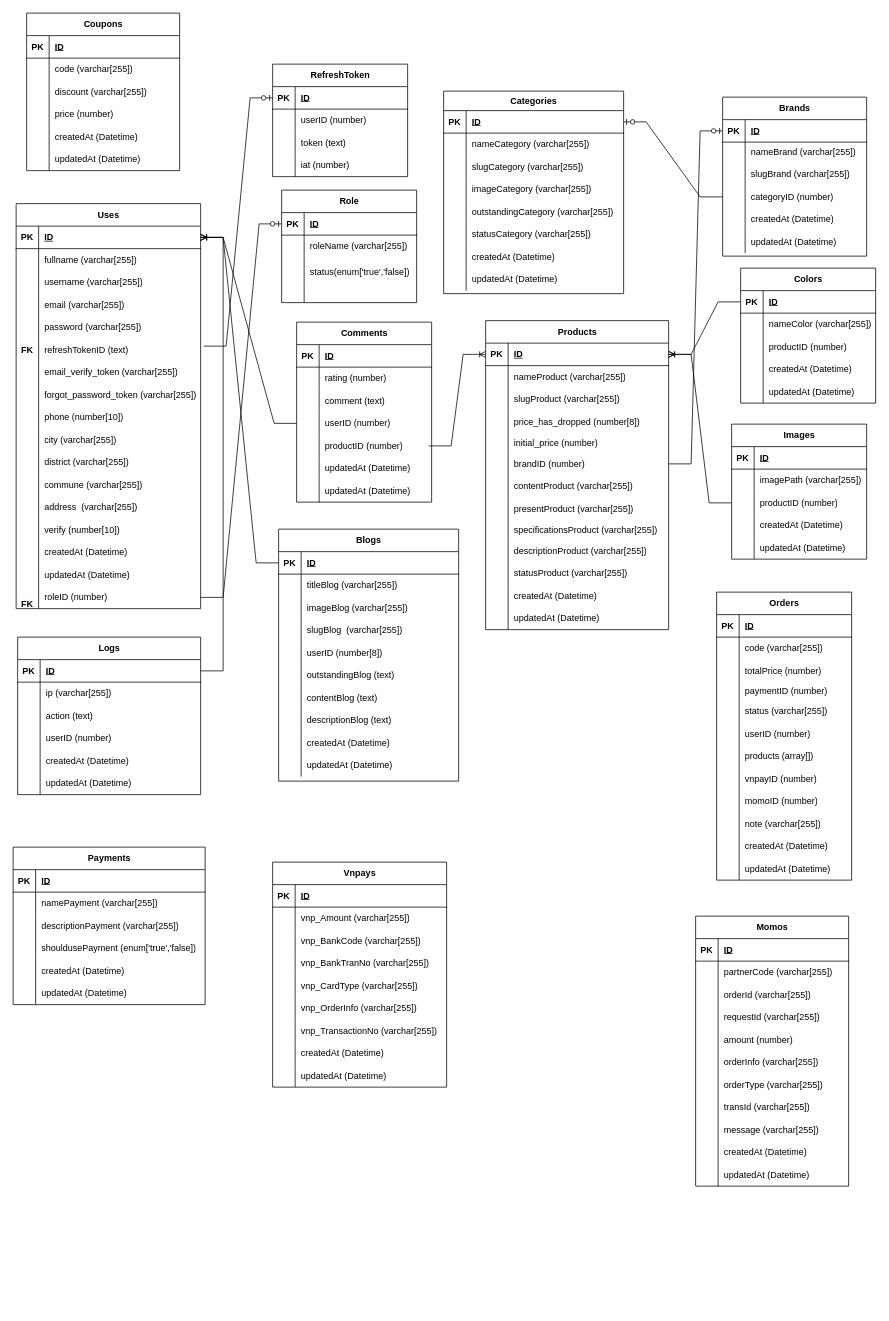
Before: src/doan.drawio in QuocHuy03/HoangHaPC, a draw.io diagram. Source tidied: cells renumbered, new cells numbered last; positions are measured from the earlier drawing's top-left corner, leaving out a move shared by most shapes. Both pictures are drawn from the tidied source at 75%, with x=0, y=0 at pixel (13, 13).
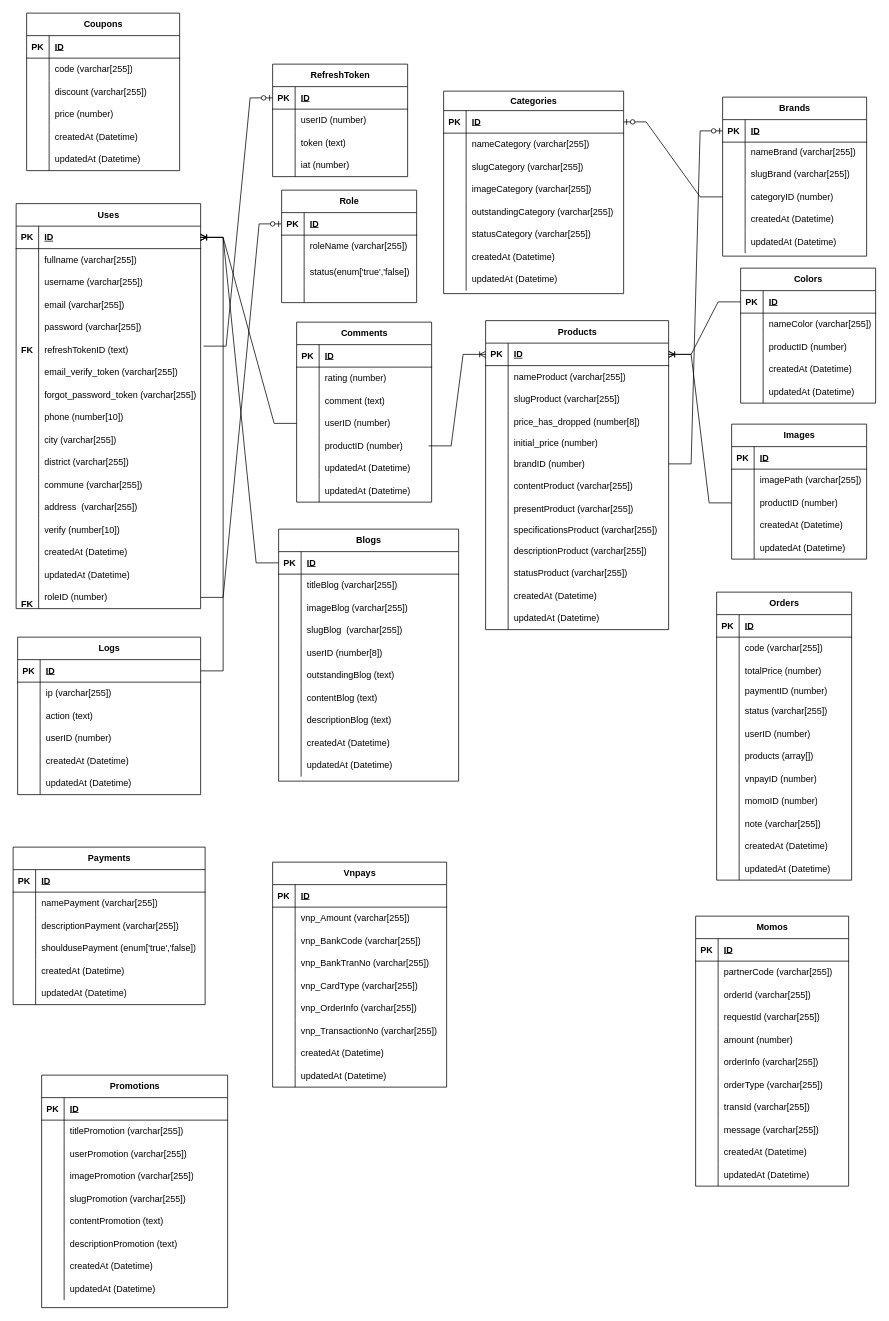
After the change.

Commit message (it also covers changes not shown here):
Cập nhật doan.drawio

What changed in the source:
```diff
@@
+    <mxCell id="415" value="Promotions" style="shape=table;startSize=30;childLayout=tableLayout;rowLines=0;fontStyle=1;align=center;html=1;" parent="1" vertex="1">
+      <mxGeometry x="38" y="1416" width="248" height="310" as="geometry" />
+    </mxCell>
+    <mxCell id="416" style="shape=tableRow;horizontal=0;startSize=0;swimlaneHead=0;swimlaneBody=0;fillColor=none;top=0;left=0;right=0;bottom=1;" parent="415" vertex="1">
+      <mxGeometry y="30" width="248" height="30" as="geometry" />
+    </mxCell>
+    <mxCell id="417" value="PK" style="shape=partialRectangle;fillColor=none;top=0;left=0;bottom=0;right=0;fontStyle=1;overflow=hidden;whiteSpace=wrap;html=1;" parent="416" vertex="1">
+      <mxGeometry width="30" height="30" as="geometry" />
+    </mxCell>
+    <mxCell id="418" value="ID" style="shape=partialRectangle;fillColor=none;top=0;left=0;bottom=0;right=0;align=left;spacingLeft=6;fontStyle=5;overflow=hidden;whiteSpace=wrap;html=1;" parent="416" vertex="1">
+      <mxGeometry x="30" width="218" height="30" as="geometry" />
+    </mxCell>
+    <mxCell id="419" style="shape=tableRow;horizontal=0;startSize=0;swimlaneHead=0;swimlaneBody=0;fillColor=none;top=0;left=0;right=0;bottom=0;" parent="415" vertex="1">
+      <mxGeometry y="60" width="248" height="30" as="geometry" />
+    </mxCell>
+    <mxCell id="420" style="shape=partialRectangle;fillColor=none;top=0;left=0;bottom=0;right=0;overflow=hidden;whiteSpace=wrap;html=1;" parent="419" vertex="1">
+      <mxGeometry width="30" height="30" as="geometry" />
+    </mxCell>
+    <mxCell id="421" value="titlePromotion (varchar[255])" style="shape=partialRectangle;fillColor=none;top=0;left=0;bottom=0;right=0;align=left;spacingLeft=6;overflow=hidden;whiteSpace=wrap;html=1;" parent="419" vertex="1">
+      <mxGeometry x="30" width="218" height="30" as="geometry" />
+    </mxCell>
+    <mxCell id="422" style="shape=tableRow;horizontal=0;startSize=0;swimlaneHead=0;swimlaneBody=0;fillColor=none;top=0;left=0;right=0;bottom=0;" parent="415" vertex="1">
+      <mxGeometry y="90" width="248" height="30" as="geometry" />
+    </mxCell>
+    <mxCell id="423" style="shape=partialRectangle;fillColor=none;top=0;left=0;bottom=0;right=0;overflow=hidden;whiteSpace=wrap;html=1;" parent="422" vertex="1">
+      <mxGeometry width="30" height="30" as="geometry" />
+    </mxCell>
+    <mxCell id="424" value="userPromotion (varchar[255])" style="shape=partialRectangle;fillColor=none;top=0;left=0;bottom=0;right=0;align=left;spacingLeft=6;overflow=hidden;whiteSpace=wrap;html=1;" parent="422" vertex="1">
+      <mxGeometry x="30" width="218" height="30" as="geometry" />
+    </mxCell>
+    <mxCell id="425" style="shape=tableRow;horizontal=0;startSize=0;swimlaneHead=0;swimlaneBody=0;fillColor=none;top=0;left=0;right=0;bottom=0;" parent="415" vertex="1">
+      <mxGeometry y="120" width="248" height="30" as="geometry" />
+    </mxCell>
+    <mxCell id="426" style="shape=partialRectangle;fillColor=none;top=0;left=0;bottom=0;right=0;overflow=hidden;whiteSpace=wrap;html=1;" parent="425" vertex="1">
+      <mxGeometry width="30" height="30" as="geometry" />
+    </mxCell>
+    <mxCell id="427" value="imagePromotion (varchar[255])" style="shape=partialRectangle;fillColor=none;top=0;left=0;bottom=0;right=0;align=left;spacingLeft=6;overflow=hidden;whiteSpace=wrap;html=1;" parent="425" vertex="1">
+      <mxGeometry x="30" width="218" height="30" as="geometry" />
+    </mxCell>
+    <mxCell id="428" style="shape=tableRow;horizontal=0;startSize=0;swimlaneHead=0;swimlaneBody=0;fillColor=none;top=0;left=0;right=0;bottom=0;" parent="415" vertex="1">
+      <mxGeometry y="150" width="248" height="30" as="geometry" />
+    </mxCell>
+    <mxCell id="429" style="shape=partialRectangle;fillColor=none;top=0;left=0;bottom=0;right=0;overflow=hidden;whiteSpace=wrap;html=1;" parent="428" vertex="1">
+      <mxGeometry width="30" height="30" as="geometry" />
+    </mxCell>
+    <mxCell id="430" value="slugPromotion (varchar[255])" style="shape=partialRectangle;fillColor=none;top=0;left=0;bottom=0;right=0;align=left;spacingLeft=6;overflow=hidden;whiteSpace=wrap;html=1;" parent="428" vertex="1">
+      <mxGeometry x="30" width="218" height="30" as="geometry" />
+    </mxCell>
+    <mxCell id="431" style="shape=tableRow;horizontal=0;startSize=0;swimlaneHead=0;swimlaneBody=0;fillColor=none;top=0;left=0;right=0;bottom=0;" parent="415" vertex="1">
+      <mxGeometry y="180" width="248" height="30" as="geometry" />
+    </mxCell>
+    <mxCell id="432" style="shape=partialRectangle;fillColor=none;top=0;left=0;bottom=0;right=0;overflow=hidden;whiteSpace=wrap;html=1;" parent="431" vertex="1">
+      <mxGeometry width="30" height="30" as="geometry" />
+    </mxCell>
+    <mxCell id="433" value="contentPromotion (text)" style="shape=partialRectangle;fillColor=none;top=0;left=0;bottom=0;right=0;align=left;spacingLeft=6;overflow=hidden;whiteSpace=wrap;html=1;" parent="431" vertex="1">
+      <mxGeometry x="30" width="218" height="30" as="geometry" />
+    </mxCell>
+    <mxCell id="434" style="shape=tableRow;horizontal=0;startSize=0;swimlaneHead=0;swimlaneBody=0;fillColor=none;top=0;left=0;right=0;bottom=0;" parent="415" vertex="1">
+      <mxGeometry y="210" width="248" height="30" as="geometry" />
+    </mxCell>
+    <mxCell id="435" style="shape=partialRectangle;fillColor=none;top=0;left=0;bottom=0;right=0;overflow=hidden;whiteSpace=wrap;html=1;" parent="434" vertex="1">
+      <mxGeometry width="30" height="30" as="geometry" />
+    </mxCell>
+    <mxCell id="436" value="descriptionPromotion (text)" style="shape=partialRectangle;fillColor=none;top=0;left=0;bottom=0;right=0;align=left;spacingLeft=6;overflow=hidden;whiteSpace=wrap;html=1;" parent="434" vertex="1">
+      <mxGeometry x="30" width="218" height="30" as="geometry" />
+    </mxCell>
+    <mxCell id="437" style="shape=tableRow;horizontal=0;startSize=0;swimlaneHead=0;swimlaneBody=0;fillColor=none;top=0;left=0;right=0;bottom=0;" parent="415" vertex="1">
+      <mxGeometry y="240" width="248" height="30" as="geometry" />
+    </mxCell>
+    <mxCell id="438" style="shape=partialRectangle;fillColor=none;top=0;left=0;bottom=0;right=0;overflow=hidden;whiteSpace=wrap;html=1;" parent="437" vertex="1">
+      <mxGeometry width="30" height="30" as="geometry" />
+    </mxCell>
+    <mxCell id="439" value="createdAt (Datetime)" style="shape=partialRectangle;fillColor=none;top=0;left=0;bottom=0;right=0;align=left;spacingLeft=6;overflow=hidden;whiteSpace=wrap;html=1;" parent="437" vertex="1">
+      <mxGeometry x="30" width="218" height="30" as="geometry" />
+    </mxCell>
+    <mxCell id="440" style="shape=tableRow;horizontal=0;startSize=0;swimlaneHead=0;swimlaneBody=0;fillColor=none;top=0;left=0;right=0;bottom=0;" parent="415" vertex="1">
+      <mxGeometry y="270" width="248" height="30" as="geometry" />
+    </mxCell>
+    <mxCell id="441" style="shape=partialRectangle;fillColor=none;top=0;left=0;bottom=0;right=0;overflow=hidden;whiteSpace=wrap;html=1;" parent="440" vertex="1">
+      <mxGeometry width="30" height="30" as="geometry" />
+    </mxCell>
+    <mxCell id="442" value="updatedAt (Datetime)" style="shape=partialRectangle;fillColor=none;top=0;left=0;bottom=0;right=0;align=left;spacingLeft=6;overflow=hidden;whiteSpace=wrap;html=1;" parent="440" vertex="1">
+      <mxGeometry x="30" width="218" height="30" as="geometry" />
+    </mxCell>
```
